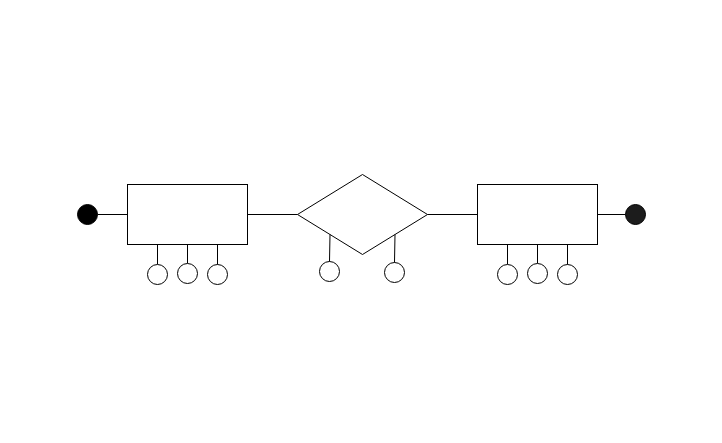
Before: Diagrama sem nome.drawio in Thiago163/UML_DER_e_DIAGRAMAS, a draw.io diagram. Source tidied: cells renumbered, new cells numbered last; positions are measured from the earlier drawing's top-left corner, leaving out a move shared by most shapes. Both pictures are drawn from the tidied source at 100%, with x=0, y=0 at pixel (77, 174).
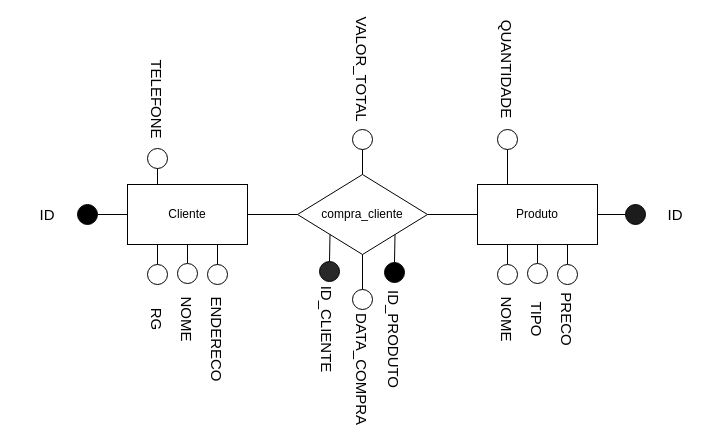
After the change.

What changed in the source:
```diff
@@
-    <mxCell id="2" style="rounded=0;whiteSpace=wrap;html=1;" parent="1" vertex="1">
+    <mxCell id="2" value="Cliente" style="rounded=0;whiteSpace=wrap;html=1;" parent="1" vertex="1">
       <mxGeometry x="50" y="10" width="120" height="60" as="geometry" />
     </mxCell>
@@
-    <mxCell id="11" style="rhombus;whiteSpace=wrap;html=1;" parent="1" vertex="1">
+    <mxCell id="11" value="compra_cliente" style="rhombus;whiteSpace=wrap;html=1;" parent="1" vertex="1">
       <mxGeometry x="220" width="130" height="80" as="geometry" />
     </mxCell>
-    <mxCell id="12" style="ellipse;whiteSpace=wrap;html=1;" parent="1" vertex="1">
+    <mxCell id="12" style="ellipse;whiteSpace=wrap;html=1;fillColor=#292929;" parent="1" vertex="1">
       <mxGeometry x="242" y="87" width="20" height="20" as="geometry" />
     </mxCell>
@@
-    <mxCell id="14" style="ellipse;whiteSpace=wrap;html=1;" parent="1" vertex="1">
+    <mxCell id="14" style="ellipse;whiteSpace=wrap;html=1;fillColor=#000000;" parent="1" vertex="1">
       <mxGeometry x="307" y="88" width="20" height="20" as="geometry" />
     </mxCell>
@@
-    <mxCell id="16" style="rounded=0;whiteSpace=wrap;html=1;" parent="1" vertex="1">
+    <mxCell id="16" value="Produto" style="rounded=0;whiteSpace=wrap;html=1;" parent="1" vertex="1">
       <mxGeometry x="400" y="10" width="120" height="60" as="geometry" />
     </mxCell>
@@
+    <mxCell id="27" value="&lt;font style=&quot;font-size: 15px;&quot;&gt;ID&lt;/font&gt;" style="text;html=1;strokeColor=none;fillColor=none;align=center;verticalAlign=middle;whiteSpace=wrap;rounded=0;" parent="1" vertex="1">
+      <mxGeometry x="-60" y="25" width="60" height="30" as="geometry" />
+    </mxCell>
+    <mxCell id="28" value="&lt;font style=&quot;font-size: 15px;&quot;&gt;ID&lt;/font&gt;" style="text;html=1;strokeColor=none;fillColor=none;align=center;verticalAlign=middle;whiteSpace=wrap;rounded=0;" parent="1" vertex="1">
+      <mxGeometry x="568" y="25" width="60" height="30" as="geometry" />
+    </mxCell>
+    <mxCell id="29" value="&lt;span style=&quot;font-size: 15px;&quot;&gt;RG&lt;/span&gt;" style="text;html=1;strokeColor=none;fillColor=none;align=center;verticalAlign=middle;whiteSpace=wrap;rounded=0;rotation=90;" parent="1" vertex="1">
+      <mxGeometry x="50" y="130" width="60" height="30" as="geometry" />
+    </mxCell>
+    <mxCell id="30" value="&lt;span style=&quot;font-size: 15px;&quot;&gt;NOME&lt;/span&gt;" style="text;html=1;strokeColor=none;fillColor=none;align=center;verticalAlign=middle;whiteSpace=wrap;rounded=0;rotation=90;" parent="1" vertex="1">
+      <mxGeometry x="80" y="130" width="60" height="30" as="geometry" />
+    </mxCell>
+    <mxCell id="31" value="&lt;span style=&quot;font-size: 15px;&quot;&gt;ENDERECO&lt;/span&gt;" style="text;html=1;strokeColor=none;fillColor=none;align=center;verticalAlign=middle;whiteSpace=wrap;rounded=0;rotation=90;" parent="1" vertex="1">
+      <mxGeometry x="110" y="150" width="60" height="30" as="geometry" />
+    </mxCell>
+    <mxCell id="32" style="ellipse;whiteSpace=wrap;html=1;" parent="1" vertex="1">
+      <mxGeometry x="70" y="-26" width="20" height="20" as="geometry" />
+    </mxCell>
+    <mxCell id="33" style="endArrow=none;html=1;rounded=0;entryX=0.5;entryY=1;entryDx=0;entryDy=0;exitX=0.25;exitY=0;exitDx=0;exitDy=0;" parent="1" edge="1" source="2" target="32">
+      <mxGeometry relative="1" as="geometry" />
+    </mxCell>
+    <mxCell id="34" value="&lt;span style=&quot;font-size: 15px;&quot;&gt;TELEFONE&lt;/span&gt;" style="text;html=1;strokeColor=none;fillColor=none;align=center;verticalAlign=middle;whiteSpace=wrap;rounded=0;rotation=90;" parent="1" vertex="1">
+      <mxGeometry x="50" y="-90" width="60" height="30" as="geometry" />
+    </mxCell>
+    <mxCell id="35" style="ellipse;whiteSpace=wrap;html=1;" parent="1" vertex="1">
+      <mxGeometry x="275" y="115" width="20" height="20" as="geometry" />
+    </mxCell>
+    <mxCell id="36" style="endArrow=none;html=1;rounded=0;entryX=0.5;entryY=1;entryDx=0;entryDy=0;exitX=0.5;exitY=0;exitDx=0;exitDy=0;" parent="1" edge="1" source="35" target="11">
+      <mxGeometry relative="1" as="geometry" />
+    </mxCell>
+    <mxCell id="37" value="&lt;span style=&quot;font-size: 15px;&quot;&gt;ID_CLIENTE&lt;/span&gt;" style="text;html=1;strokeColor=none;fillColor=none;align=center;verticalAlign=middle;whiteSpace=wrap;rounded=0;rotation=90;" parent="1" vertex="1">
+      <mxGeometry x="220" y="140" width="60" height="30" as="geometry" />
+    </mxCell>
+    <mxCell id="38" value="&lt;span style=&quot;font-size: 15px;&quot;&gt;ID_PRODUTO&lt;/span&gt;" style="text;html=1;strokeColor=none;fillColor=none;align=center;verticalAlign=middle;whiteSpace=wrap;rounded=0;rotation=90;" parent="1" vertex="1">
+      <mxGeometry x="287" y="150" width="60" height="30" as="geometry" />
+    </mxCell>
+    <mxCell id="39" value="&lt;span style=&quot;font-size: 15px;&quot;&gt;DATA_COMPRA&lt;/span&gt;" style="text;html=1;strokeColor=none;fillColor=none;align=center;verticalAlign=middle;whiteSpace=wrap;rounded=0;rotation=90;" parent="1" vertex="1">
+      <mxGeometry x="255" y="180" width="60" height="30" as="geometry" />
+    </mxCell>
+    <mxCell id="40" style="ellipse;whiteSpace=wrap;html=1;" parent="1" vertex="1">
+      <mxGeometry x="275" y="-45" width="20" height="20" as="geometry" />
+    </mxCell>
+    <mxCell id="41" style="endArrow=none;html=1;rounded=0;entryX=0.5;entryY=1;entryDx=0;entryDy=0;exitX=0.5;exitY=0;exitDx=0;exitDy=0;" parent="1" edge="1" source="11" target="40">
+      <mxGeometry relative="1" as="geometry" />
+    </mxCell>
+    <mxCell id="42" value="&lt;span style=&quot;font-size: 15px;&quot;&gt;VALOR_TOTAL&lt;/span&gt;" style="text;html=1;strokeColor=none;fillColor=none;align=center;verticalAlign=middle;whiteSpace=wrap;rounded=0;rotation=90;" parent="1" vertex="1">
+      <mxGeometry x="255" y="-120" width="60" height="30" as="geometry" />
+    </mxCell>
+    <mxCell id="43" value="&lt;span style=&quot;font-size: 15px;&quot;&gt;NOME&lt;/span&gt;" style="text;html=1;strokeColor=none;fillColor=none;align=center;verticalAlign=middle;whiteSpace=wrap;rounded=0;rotation=90;" parent="1" vertex="1">
+      <mxGeometry x="400" y="130" width="60" height="30" as="geometry" />
+    </mxCell>
+    <mxCell id="44" value="&lt;span style=&quot;font-size: 15px;&quot;&gt;TIPO&lt;/span&gt;" style="text;html=1;strokeColor=none;fillColor=none;align=center;verticalAlign=middle;whiteSpace=wrap;rounded=0;rotation=90;" parent="1" vertex="1">
+      <mxGeometry x="430" y="130" width="60" height="30" as="geometry" />
+    </mxCell>
+    <mxCell id="45" value="&lt;span style=&quot;font-size: 15px;&quot;&gt;PRECO&lt;/span&gt;" style="text;html=1;strokeColor=none;fillColor=none;align=center;verticalAlign=middle;whiteSpace=wrap;rounded=0;rotation=90;" parent="1" vertex="1">
+      <mxGeometry x="460" y="130" width="60" height="30" as="geometry" />
+    </mxCell>
+    <mxCell id="46" style="ellipse;whiteSpace=wrap;html=1;" parent="1" vertex="1">
+      <mxGeometry x="420" y="-45" width="20" height="20" as="geometry" />
+    </mxCell>
+    <mxCell id="47" value="&lt;span style=&quot;font-size: 15px;&quot;&gt;QUANTIDADE&lt;/span&gt;" style="text;html=1;strokeColor=none;fillColor=none;align=center;verticalAlign=middle;whiteSpace=wrap;rounded=0;rotation=90;" parent="1" vertex="1">
+      <mxGeometry x="400" y="-120" width="60" height="30" as="geometry" />
+    </mxCell>
+    <mxCell id="48" style="endArrow=none;html=1;rounded=0;entryX=0.5;entryY=1;entryDx=0;entryDy=0;exitX=0.25;exitY=0;exitDx=0;exitDy=0;" parent="1" edge="1" source="16" target="46">
+      <mxGeometry relative="1" as="geometry" />
+    </mxCell>
```
